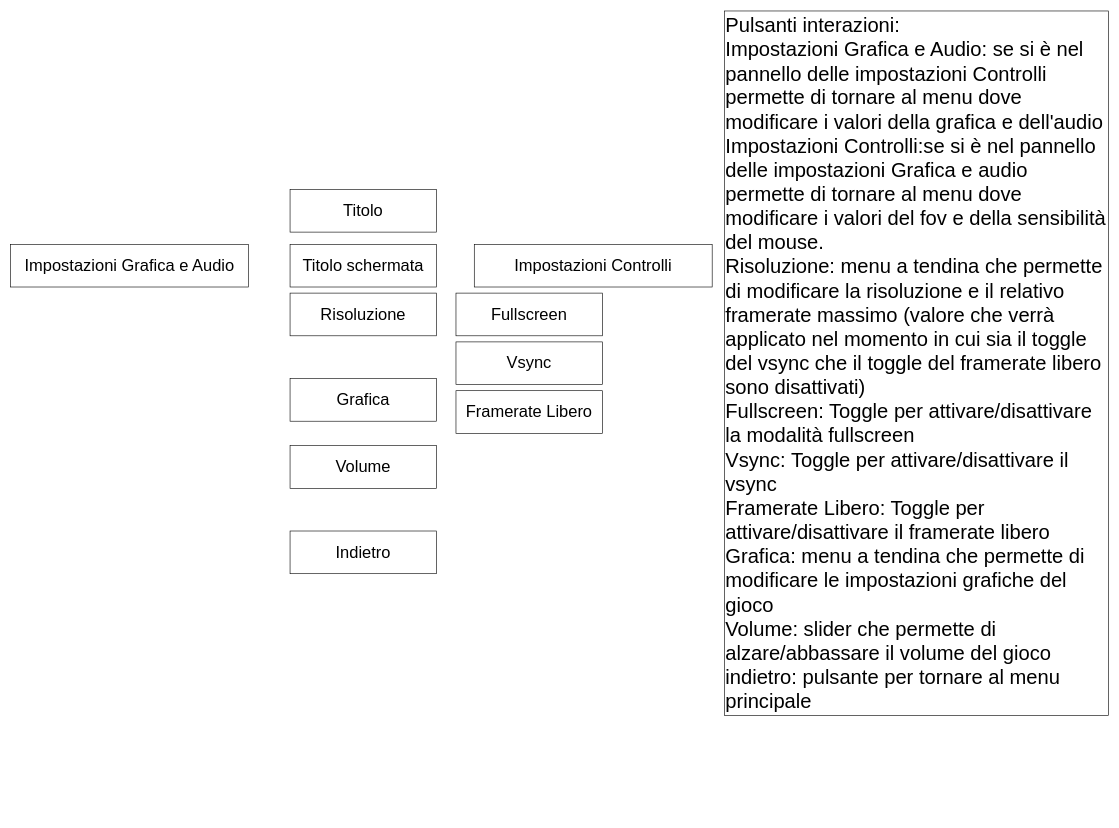
The draw.io diagram doc/Progetti Drawio/StoryBoard/StoryboardMenuOpzioni.drawio in zSavT/Healthy-Catering, before the edit. Source tidied: cells renumbered, new cells numbered last; positions are measured from the earlier drawing's top-left corner, leaving out a move shared by most shapes. Both pictures are drawn from the tidied source at 61%, with x=0, y=0 at pixel (10, 11).
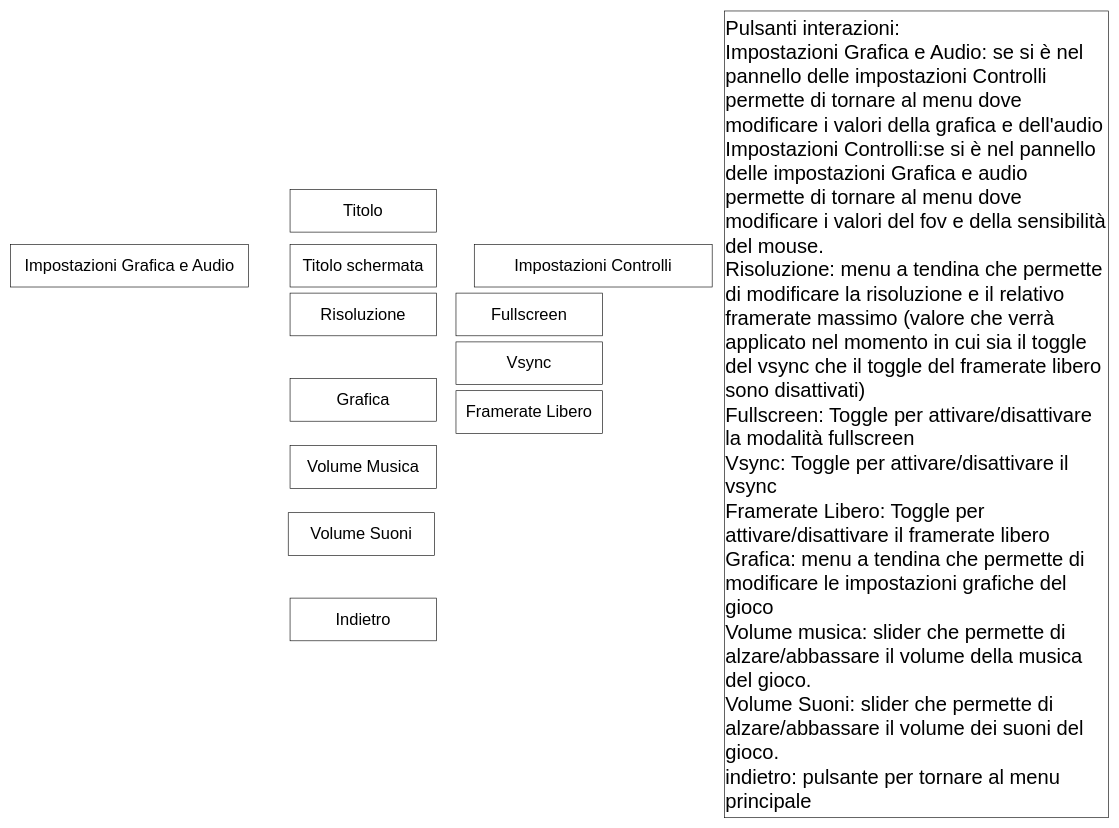
After the change.

Commit message (it also covers changes not shown here):
Aggiornata documentazione per quanto riguarda le impostazioni audio del gioco

What changed in the source:
```diff
@@
 <mxGraphModel>
   <root>
     <mxCell id="0" />
     <mxCell id="1" parent="0" />
     <mxCell id="2" value="Impostazioni Grafica e Audio" style="rounded=0;whiteSpace=wrap;html=1;fontSize=27;" parent="1" vertex="1">
       <mxGeometry y="382" width="390" height="70" as="geometry" />
     </mxCell>
     <mxCell id="3" value="Risoluzione" style="rounded=0;whiteSpace=wrap;html=1;fontSize=27;" parent="1" vertex="1">
       <mxGeometry x="458" y="462" width="240" height="70" as="geometry" />
     </mxCell>
     <mxCell id="4" value="Grafica&lt;br&gt;" style="rounded=0;whiteSpace=wrap;html=1;fontSize=27;" parent="1" vertex="1">
       <mxGeometry x="458" y="602" width="240" height="70" as="geometry" />
     </mxCell>
-    <mxCell id="5" value="Volume" style="rounded=0;whiteSpace=wrap;html=1;fontSize=27;" parent="1" vertex="1">
+    <mxCell id="5" value="Volume Musica" style="rounded=0;whiteSpace=wrap;html=1;fontSize=27;" parent="1" vertex="1">
       <mxGeometry x="458" y="712" width="240" height="70" as="geometry" />
     </mxCell>
     <mxCell id="6" value="Indietro" style="rounded=0;whiteSpace=wrap;html=1;fontSize=27;" parent="1" vertex="1">
-      <mxGeometry x="458" y="852" width="240" height="70" as="geometry" />
+      <mxGeometry x="458" y="962" width="240" height="70" as="geometry" />
     </mxCell>
-    <mxCell id="7" value="&lt;font style=&quot;font-size: 33px;&quot;&gt;Pulsanti interazioni:&lt;br&gt;Impostazioni Grafica e Audio: se si è nel pannello delle impostazioni Controlli permette di tornare al menu dove modificare i valori della grafica e dell'audio&lt;br&gt;Impostazioni Controlli:se si è nel pannello delle impostazioni Grafica e audio permette di tornare al menu dove modificare i valori del fov e della sensibilità del mouse.&lt;br&gt;Risoluzione: menu a tendina che permette di modificare la risoluzione e il relativo framerate massimo (valore che verrà applicato nel momento in cui sia il toggle del vsync che il toggle del framerate libero sono disattivati)&lt;br&gt;Fullscreen: Toggle per attivare/disattivare la modalità fullscreen&lt;br&gt;Vsync: Toggle per attivare/disattivare il vsync&lt;br&gt;Framerate Libero: Toggle per attivare/disattivare il framerate libero&lt;br&gt;Grafica: menu a tendina che permette di modificare le impostazioni grafiche del gioco&lt;br&gt;Volume: slider che permette di alzare/abbassare il volume del gioco&lt;br&gt;indietro: pulsante per tornare al menu principale&lt;br&gt;&lt;/font&gt;" style="rounded=0;whiteSpace=wrap;html=1;fontSize=27;align=left;" parent="1" vertex="1">
-      <mxGeometry x="1170" y="-0.5" width="630" height="1155" as="geometry" />
+    <mxCell id="7" value="&lt;font style=&quot;font-size: 33px;&quot;&gt;Pulsanti interazioni:&lt;br&gt;Impostazioni Grafica e Audio: se si è nel pannello delle impostazioni Controlli permette di tornare al menu dove modificare i valori della grafica e dell'audio&lt;br&gt;Impostazioni Controlli:se si è nel pannello delle impostazioni Grafica e audio permette di tornare al menu dove modificare i valori del fov e della sensibilità del mouse.&lt;br&gt;Risoluzione: menu a tendina che permette di modificare la risoluzione e il relativo framerate massimo (valore che verrà applicato nel momento in cui sia il toggle del vsync che il toggle del framerate libero sono disattivati)&lt;br&gt;Fullscreen: Toggle per attivare/disattivare la modalità fullscreen&lt;br&gt;Vsync: Toggle per attivare/disattivare il vsync&lt;br&gt;Framerate Libero: Toggle per attivare/disattivare il framerate libero&lt;br&gt;Grafica: menu a tendina che permette di modificare le impostazioni grafiche del gioco&lt;br&gt;Volume musica: slider che permette di alzare/abbassare il volume della musica del gioco.&lt;br&gt;Volume Suoni: slider che permette di alzare/abbassare il volume dei suoni del gioco.&lt;br&gt;indietro: pulsante per tornare al menu principale&lt;br&gt;&lt;/font&gt;" style="rounded=0;whiteSpace=wrap;html=1;fontSize=27;align=left;" parent="1" vertex="1">
+      <mxGeometry x="1170" y="-0.5" width="630" height="1322.5" as="geometry" />
     </mxCell>
     <mxCell id="8" value="Titolo" style="rounded=0;whiteSpace=wrap;html=1;fontSize=27;" parent="1" vertex="1">
       <mxGeometry x="458" y="292" width="240" height="70" as="geometry" />
     </mxCell>
     <mxCell id="9" value="Titolo schermata" style="rounded=0;whiteSpace=wrap;html=1;fontSize=27;" parent="1" vertex="1">
       <mxGeometry x="458" y="382" width="240" height="70" as="geometry" />
     </mxCell>
     <mxCell id="10" value="Impostazioni Controlli" style="rounded=0;whiteSpace=wrap;html=1;fontSize=27;" parent="1" vertex="1">
       <mxGeometry x="760" y="382" width="390" height="70" as="geometry" />
     </mxCell>
     <mxCell id="11" value="Fullscreen" style="rounded=0;whiteSpace=wrap;html=1;fontSize=27;" parent="1" vertex="1">
       <mxGeometry x="730" y="462" width="240" height="70" as="geometry" />
     </mxCell>
     <mxCell id="12" value="Vsync" style="rounded=0;whiteSpace=wrap;html=1;fontSize=27;" parent="1" vertex="1">
       <mxGeometry x="730" y="542" width="240" height="70" as="geometry" />
     </mxCell>
     <mxCell id="13" value="Framerate Libero" style="rounded=0;whiteSpace=wrap;html=1;fontSize=27;" parent="1" vertex="1">
       <mxGeometry x="730" y="622" width="240" height="70" as="geometry" />
     </mxCell>
+    <mxCell id="14" value="Volume Suoni" style="rounded=0;whiteSpace=wrap;html=1;fontSize=27;" parent="1" vertex="1">
+      <mxGeometry x="455" y="822" width="240" height="70" as="geometry" />
+    </mxCell>
   </root>
 </mxGraphModel>
```
